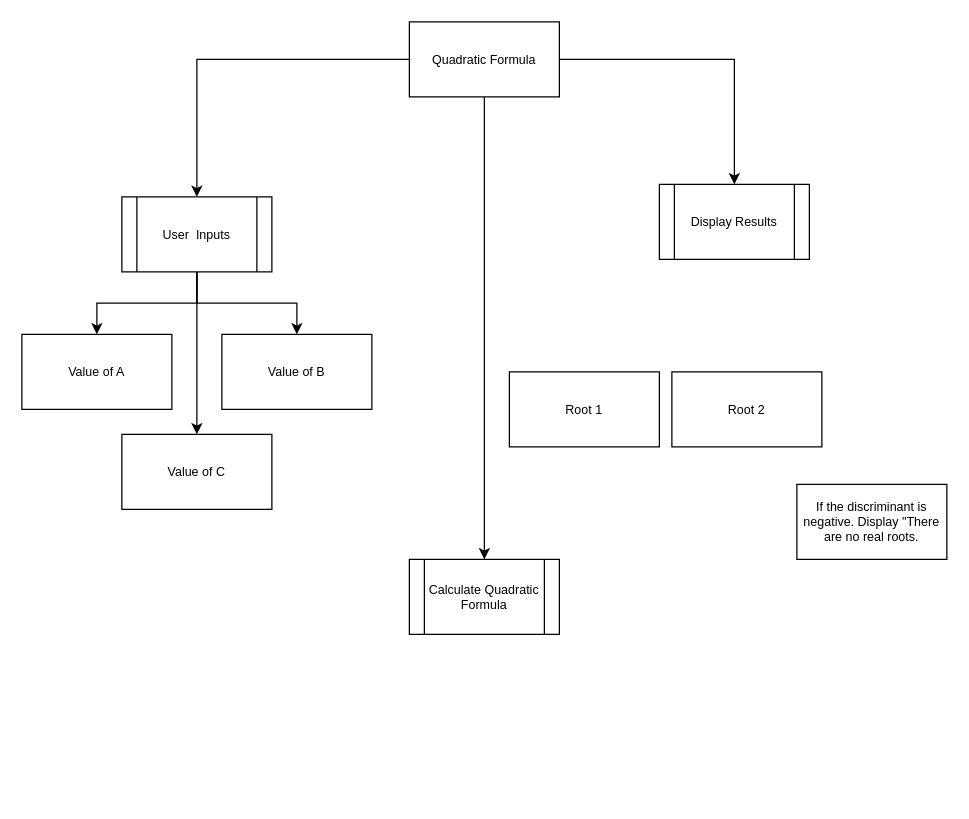
The draw.io diagram Project64_StructureChart.drawio in AmawNiZy/Assignments, before the edit. Source tidied: cells renumbered, new cells numbered last; positions are measured from the earlier drawing's top-left corner, leaving out a move shared by most shapes. Both pictures are drawn from the tidied source at 125%, with x=0, y=0 at pixel (21, 21).
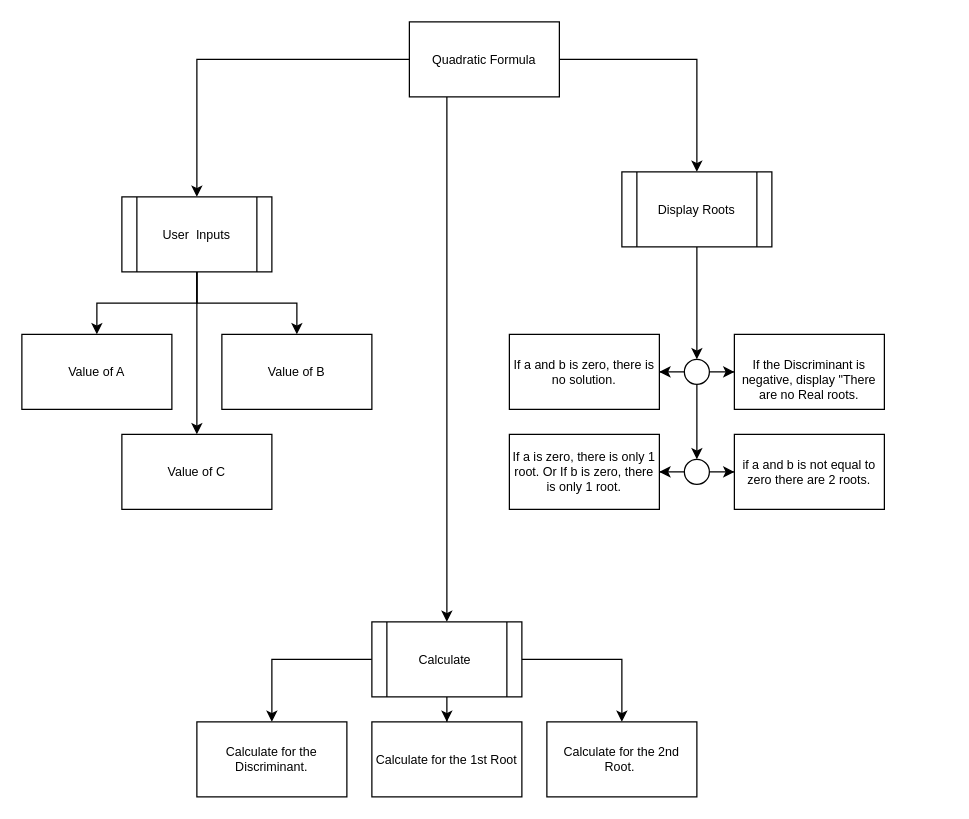
The same page after the edit.

Unchanged cells that the change refers to:
```xml
<mxCell id="5" value="Quadratic Formula" style="rounded=0;whiteSpace=wrap;html=1;fontSize=10;" parent="1" vertex="1">
  <mxGeometry x="310" width="120" height="60" as="geometry" />
</mxCell>
<mxCell id="9" value="User&amp;nbsp; Inputs" style="shape=process;whiteSpace=wrap;html=1;backgroundOutline=1;fontSize=10;" parent="1" vertex="1">
  <mxGeometry x="80" y="140" width="120" height="60" as="geometry" />
</mxCell>
<mxCell id="12" value="Value of B" style="rounded=0;whiteSpace=wrap;html=1;fontSize=10;" parent="1" vertex="1">
  <mxGeometry x="160" y="250" width="120" height="60" as="geometry" />
</mxCell>
<mxCell id="13" value="Value of A" style="rounded=0;whiteSpace=wrap;html=1;fontSize=10;" parent="1" vertex="1">
  <mxGeometry y="250" width="120" height="60" as="geometry" />
</mxCell>
<mxCell id="14" value="Value of C" style="rounded=0;whiteSpace=wrap;html=1;fontSize=10;" parent="1" vertex="1">
  <mxGeometry x="80" y="330" width="120" height="60" as="geometry" />
</mxCell>
```

What changed in the source:
```diff
@@
-    <mxCell id="2" style="edgeStyle=orthogonalEdgeStyle;rounded=0;jettySize=auto;html=1;" parent="1" edge="1" source="5" target="9">
+    <mxCell id="2" style="edgeStyle=orthogonalEdgeStyle;rounded=0;jettySize=auto;html=1;fontSize=10;" parent="1" edge="1" source="5" target="9">
       <mxGeometry relative="1" as="geometry" />
     </mxCell>
-    <mxCell id="3" style="edgeStyle=orthogonalEdgeStyle;rounded=0;jettySize=auto;html=1;" parent="1" edge="1" source="5" target="10">
+    <mxCell id="3" style="edgeStyle=orthogonalEdgeStyle;rounded=0;jettySize=auto;html=1;fontSize=10;exitX=1;exitY=0.5;exitDx=0;exitDy=0;" parent="1" edge="1" source="5" target="10">
       <mxGeometry relative="1" as="geometry" />
     </mxCell>
-    <mxCell id="4" style="edgeStyle=orthogonalEdgeStyle;rounded=0;jettySize=auto;html=1;" parent="1" edge="1" source="5" target="11">
-      <mxGeometry relative="1" as="geometry" />
-    </mxCell>
+    <mxCell id="18" style="edgeStyle=orthogonalEdgeStyle;rounded=0;jettySize=auto;html=1;exitX=0.25;exitY=1;exitDx=0;exitDy=0;fontSize=10;" parent="1" edge="1" source="5">
+      <mxGeometry relative="1" as="geometry">
+        <mxPoint x="340" y="480" as="targetPoint" />
+      </mxGeometry>
+    </mxCell>
@@
-    <mxCell id="6" style="edgeStyle=orthogonalEdgeStyle;rounded=0;jettySize=auto;html=1;" parent="1" edge="1" source="9" target="13">
+    <mxCell id="6" style="edgeStyle=orthogonalEdgeStyle;rounded=0;jettySize=auto;html=1;fontSize=10;" parent="1" edge="1" source="9" target="13">
       <mxGeometry relative="1" as="geometry" />
     </mxCell>
-    <mxCell id="7" style="edgeStyle=orthogonalEdgeStyle;rounded=0;jettySize=auto;html=1;" parent="1" edge="1" source="9" target="12">
+    <mxCell id="7" style="edgeStyle=orthogonalEdgeStyle;rounded=0;jettySize=auto;html=1;fontSize=10;" parent="1" edge="1" source="9" target="12">
       <mxGeometry relative="1" as="geometry" />
     </mxCell>
-    <mxCell id="8" style="edgeStyle=orthogonalEdgeStyle;rounded=0;jettySize=auto;html=1;" parent="1" edge="1" source="9" target="14">
+    <mxCell id="8" style="edgeStyle=orthogonalEdgeStyle;rounded=0;jettySize=auto;html=1;fontSize=10;" parent="1" edge="1" source="9" target="14">
       <mxGeometry relative="1" as="geometry" />
     </mxCell>
@@
-    <mxCell id="10" value="Calculate Quadratic Formula" style="shape=process;whiteSpace=wrap;html=1;backgroundOutline=1;fontSize=10;" parent="1" vertex="1">
-      <mxGeometry x="310" y="430" width="120" height="60" as="geometry" />
+    <mxCell id="10" value="Display Roots" style="shape=process;whiteSpace=wrap;html=1;backgroundOutline=1;fontSize=10;" parent="1" vertex="1">
+      <mxGeometry x="480" y="120" width="120" height="60" as="geometry" />
     </mxCell>
-    <mxCell id="11" value="Display Results" style="shape=process;whiteSpace=wrap;html=1;backgroundOutline=1;fontSize=10;" parent="1" vertex="1">
-      <mxGeometry x="510" y="130" width="120" height="60" as="geometry" />
-    </mxCell>
@@
-    <mxCell id="15" value="Root 2" style="rounded=0;whiteSpace=wrap;html=1;fontSize=10;" parent="1" vertex="1">
-      <mxGeometry x="520" y="280" width="120" height="60" as="geometry" />
-    </mxCell>
-    <mxCell id="16" value="Root 1" style="rounded=0;whiteSpace=wrap;html=1;fontSize=10;" parent="1" vertex="1">
-      <mxGeometry x="390" y="280" width="120" height="60" as="geometry" />
-    </mxCell>
-    <mxCell id="17" value="If the discriminant is negative. Display &quot;There are no real roots." style="rounded=0;whiteSpace=wrap;html=1;fontSize=10;" parent="1" vertex="1">
-      <mxGeometry x="620" y="370" width="120" height="60" as="geometry" />
-    </mxCell>
+    <mxCell id="19" value="If a and b is zero, there is no solution." style="rounded=0;whiteSpace=wrap;html=1;fontSize=10;" parent="1" vertex="1">
+      <mxGeometry x="390" y="250" width="120" height="60" as="geometry" />
+    </mxCell>
+    <mxCell id="20" value="If a is zero, there is only 1 root. Or If b is zero, there is only 1 root." style="rounded=0;whiteSpace=wrap;html=1;fontSize=10;" parent="1" vertex="1">
+      <mxGeometry x="390" y="330" width="120" height="60" as="geometry" />
+    </mxCell>
+    <mxCell id="21" value="&lt;br&gt;If the Discriminant is negative, display &quot;There are no Real roots." style="rounded=0;whiteSpace=wrap;html=1;fontSize=10;" parent="1" vertex="1">
+      <mxGeometry x="570" y="250" width="120" height="60" as="geometry" />
+    </mxCell>
+    <mxCell id="22" value="if a and b is not equal to zero there are 2 roots." style="rounded=0;whiteSpace=wrap;html=1;fontSize=10;" parent="1" vertex="1">
+      <mxGeometry x="570" y="330" width="120" height="60" as="geometry" />
+    </mxCell>
+    <mxCell id="23" style="endArrow=classic;html=1;rounded=0;exitX=0.5;exitY=1;exitDx=0;exitDy=0;entryX=0.5;entryY=0;entryDx=0;entryDy=0;fontSize=10;" parent="1" edge="1" source="30" target="26">
+      <mxGeometry relative="1" as="geometry" />
+    </mxCell>
+    <mxCell id="24" style="edgeStyle=orthogonalEdgeStyle;rounded=0;jettySize=auto;html=1;fontSize=10;" parent="1" edge="1" source="26" target="20">
+      <mxGeometry relative="1" as="geometry" />
+    </mxCell>
+    <mxCell id="25" style="edgeStyle=orthogonalEdgeStyle;rounded=0;jettySize=auto;html=1;fontSize=10;" parent="1" edge="1" source="26" target="22">
+      <mxGeometry relative="1" as="geometry" />
+    </mxCell>
+    <mxCell id="26" style="ellipse;whiteSpace=wrap;html=1;fontSize=10;" parent="1" vertex="1">
+      <mxGeometry x="530" y="350" width="20" height="20" as="geometry" />
+    </mxCell>
+    <mxCell id="27" style="endArrow=classic;html=1;rounded=0;exitX=0.5;exitY=1;exitDx=0;exitDy=0;entryX=0.5;entryY=0;entryDx=0;entryDy=0;fontSize=10;" parent="1" edge="1" source="10" target="30">
+      <mxGeometry relative="1" as="geometry" />
+    </mxCell>
+    <mxCell id="28" style="edgeStyle=orthogonalEdgeStyle;rounded=0;jettySize=auto;html=1;fontSize=10;" parent="1" edge="1" source="30" target="19">
+      <mxGeometry relative="1" as="geometry" />
+    </mxCell>
+    <mxCell id="29" style="edgeStyle=orthogonalEdgeStyle;rounded=0;jettySize=auto;html=1;fontSize=10;" parent="1" edge="1" source="30" target="21">
+      <mxGeometry relative="1" as="geometry" />
+    </mxCell>
+    <mxCell id="30" style="ellipse;whiteSpace=wrap;html=1;fontSize=10;" parent="1" vertex="1">
+      <mxGeometry x="530" y="270" width="20" height="20" as="geometry" />
+    </mxCell>
+    <mxCell id="31" style="edgeStyle=orthogonalEdgeStyle;rounded=0;jettySize=auto;html=1;" parent="1" edge="1" source="34" target="36">
+      <mxGeometry relative="1" as="geometry" />
+    </mxCell>
+    <mxCell id="32" style="edgeStyle=orthogonalEdgeStyle;rounded=0;jettySize=auto;html=1;" parent="1" edge="1" source="34" target="35">
+      <mxGeometry relative="1" as="geometry" />
+    </mxCell>
+    <mxCell id="33" style="edgeStyle=orthogonalEdgeStyle;rounded=0;jettySize=auto;html=1;" parent="1" edge="1" source="34" target="37">
+      <mxGeometry relative="1" as="geometry" />
+    </mxCell>
+    <mxCell id="34" value="Calculate&amp;nbsp;" style="shape=process;whiteSpace=wrap;html=1;backgroundOutline=1;fontSize=10;" parent="1" vertex="1">
+      <mxGeometry x="280" y="480" width="120" height="60" as="geometry" />
+    </mxCell>
+    <mxCell id="35" value="Calculate for the 1st Root" style="rounded=0;whiteSpace=wrap;html=1;fontSize=10;" parent="1" vertex="1">
+      <mxGeometry x="280" y="560" width="120" height="60" as="geometry" />
+    </mxCell>
+    <mxCell id="36" value="Calculate for the 2nd Root.&amp;nbsp;" style="rounded=0;whiteSpace=wrap;html=1;fontSize=10;" parent="1" vertex="1">
+      <mxGeometry x="420" y="560" width="120" height="60" as="geometry" />
+    </mxCell>
+    <mxCell id="37" value="Calculate for the Discriminant." style="rounded=0;whiteSpace=wrap;html=1;fontSize=10;" parent="1" vertex="1">
+      <mxGeometry x="140" y="560" width="120" height="60" as="geometry" />
+    </mxCell>
```
